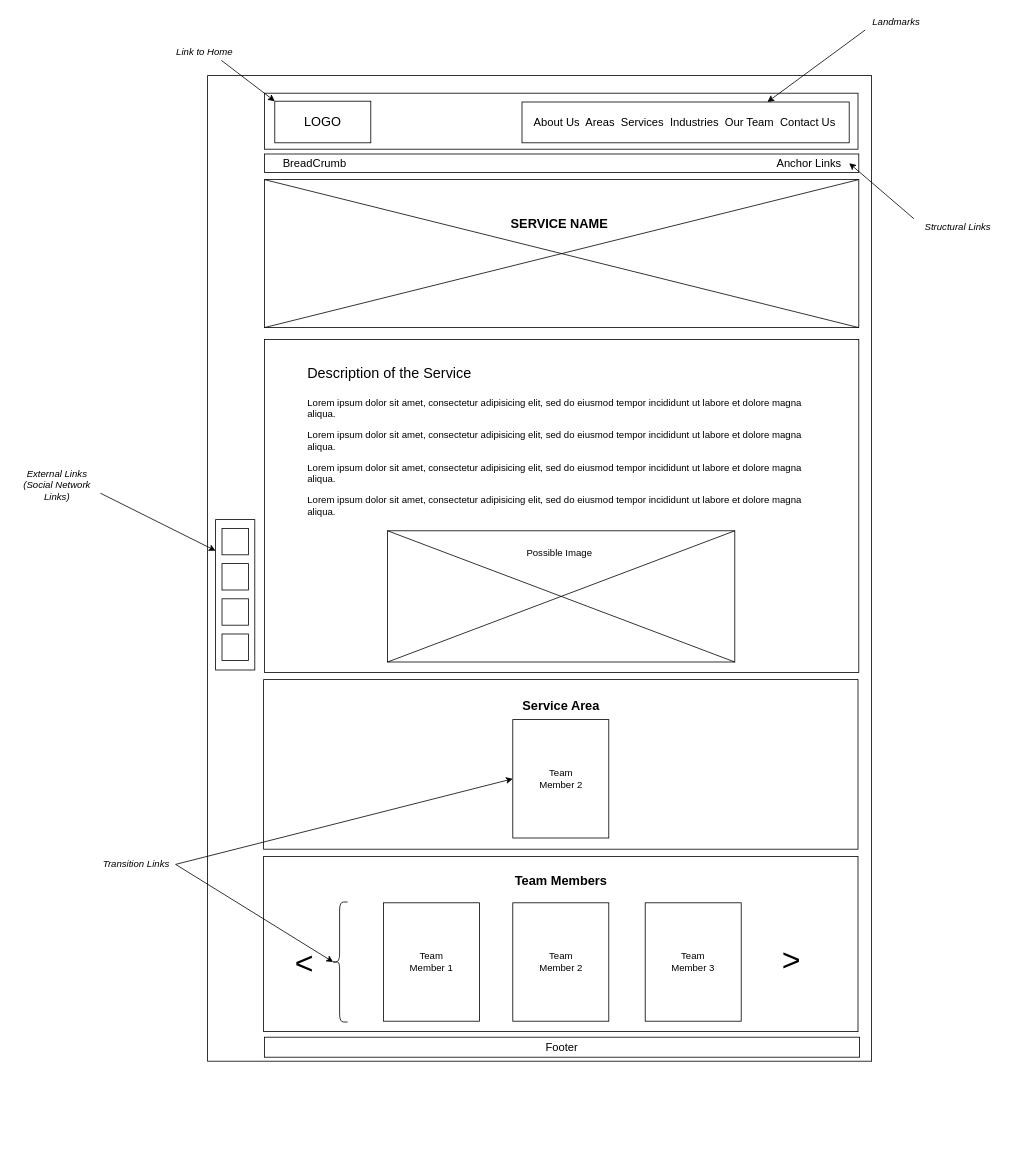
Above: Design Documents/Wireframes/Services.drawio in manzomanze/HypermediaApplicationsProject-Manzella-Messuti-Pelagatti-Pellizzer (draw.io), before the change. Source tidied: cells renumbered, new cells numbered last; positions are measured from the earlier drawing's top-left corner, leaving out a move shared by most shapes. Both pictures are drawn from the tidied source at 80%, with x=0, y=0 at pixel (14, 14).
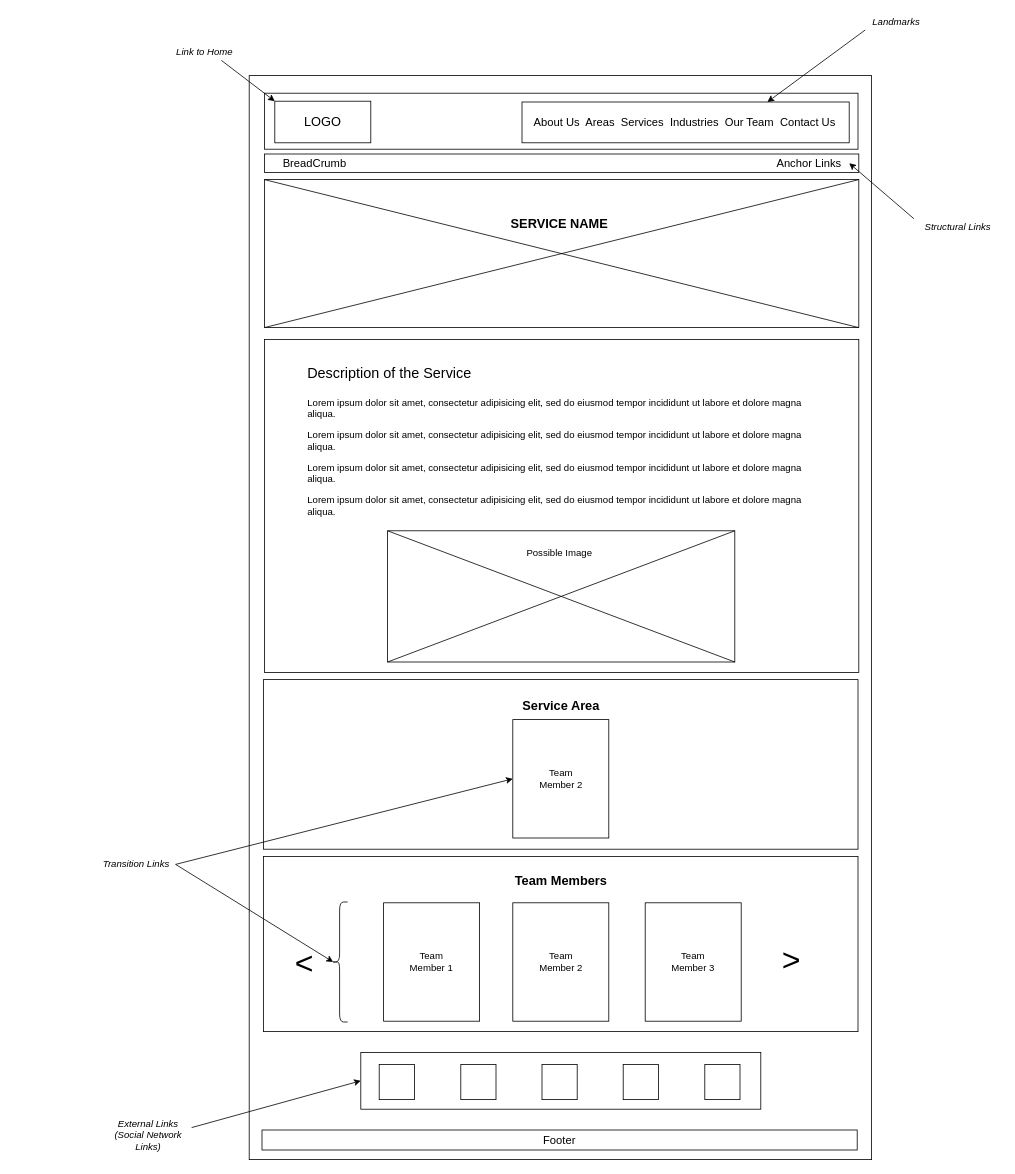
After the change.

Diff of the diagram source:
```diff
@@
     <mxCell id="2" style="rounded=0;whiteSpace=wrap;html=1;fillColor=none;" parent="1" vertex="1">
-      <mxGeometry x="242" y="77" width="830" height="1232" as="geometry" />
+      <mxGeometry x="294" y="77" width="778" height="1355" as="geometry" />
     </mxCell>
@@
     <mxCell id="33" value="&lt;font style=&quot;font-size: 14px&quot;&gt;Footer&lt;/font&gt;" style="rounded=0;whiteSpace=wrap;html=1;strokeColor=#000000;fillColor=none;" parent="1" vertex="1">
-      <mxGeometry x="313" y="1279" width="744" height="25" as="geometry" />
+      <mxGeometry x="310" y="1395" width="744" height="25" as="geometry" />
     </mxCell>
-    <mxCell id="34" style="rounded=0;whiteSpace=wrap;html=1;strokeColor=#000000;fillColor=none;" parent="1" vertex="1">
-      <mxGeometry x="252" y="632" width="49" height="188" as="geometry" />
-    </mxCell>
-    <mxCell id="35" style="whiteSpace=wrap;html=1;strokeColor=#000000;fillColor=none;" parent="1" vertex="1">
-      <mxGeometry x="260" y="643" width="33" height="33" as="geometry" />
-    </mxCell>
-    <mxCell id="36" style="whiteSpace=wrap;html=1;strokeColor=#000000;fillColor=none;" parent="1" vertex="1">
-      <mxGeometry x="260" y="687" width="33" height="33" as="geometry" />
-    </mxCell>
-    <mxCell id="37" style="whiteSpace=wrap;html=1;strokeColor=#000000;fillColor=none;" parent="1" vertex="1">
-      <mxGeometry x="260" y="731" width="33" height="33" as="geometry" />
-    </mxCell>
-    <mxCell id="38" style="whiteSpace=wrap;html=1;strokeColor=#000000;fillColor=none;" parent="1" vertex="1">
-      <mxGeometry x="260" y="775" width="33" height="33" as="geometry" />
-    </mxCell>
-    <mxCell id="39" value="&lt;i&gt;External Links (Social Network Links)&lt;/i&gt;" style="text;html=1;strokeColor=none;fillColor=none;align=center;verticalAlign=middle;whiteSpace=wrap;rounded=0;" parent="1" vertex="1">
-      <mxGeometry y="579" width="108" height="20" as="geometry" />
-    </mxCell>
-    <mxCell id="40" style="endArrow=classic;html=1;entryX=0;entryY=0.207;entryDx=0;entryDy=0;entryPerimeter=0;exitX=1;exitY=1;exitDx=0;exitDy=0;" parent="1" edge="1" source="39" target="34">
-      <mxGeometry relative="1" as="geometry" />
-    </mxCell>
@@
+    <mxCell id="39" value="&lt;i&gt;External Links (Social Network Links)&lt;/i&gt;" style="text;html=1;strokeColor=none;fillColor=none;align=center;verticalAlign=middle;whiteSpace=wrap;rounded=0;" parent="1" vertex="1">
+      <mxGeometry x="114" y="1392" width="108" height="20" as="geometry" />
+    </mxCell>
+    <mxCell id="54" style="whiteSpace=wrap;html=1;" parent="1" vertex="1">
+      <mxGeometry x="456.5" y="1313" width="44" height="44" as="geometry" />
+    </mxCell>
+    <mxCell id="55" style="whiteSpace=wrap;html=1;" parent="1" vertex="1">
+      <mxGeometry x="660" y="1313" width="44" height="44" as="geometry" />
+    </mxCell>
+    <mxCell id="56" style="whiteSpace=wrap;html=1;" parent="1" vertex="1">
+      <mxGeometry x="761.5" y="1313" width="44" height="44" as="geometry" />
+    </mxCell>
+    <mxCell id="57" style="whiteSpace=wrap;html=1;" parent="1" vertex="1">
+      <mxGeometry x="558.5" y="1313" width="44" height="44" as="geometry" />
+    </mxCell>
+    <mxCell id="58" style="whiteSpace=wrap;html=1;" parent="1" vertex="1">
+      <mxGeometry x="863.5" y="1313" width="44" height="44" as="geometry" />
+    </mxCell>
+    <mxCell id="59" style="rounded=0;whiteSpace=wrap;html=1;fillColor=none;" parent="1" vertex="1">
+      <mxGeometry x="433.5" y="1298" width="500" height="71" as="geometry" />
+    </mxCell>
+    <mxCell id="60" style="endArrow=classic;html=1;exitX=1;exitY=0;exitDx=0;exitDy=0;entryX=0;entryY=0.5;entryDx=0;entryDy=0;" parent="1" edge="1" source="39" target="59">
+      <mxGeometry relative="1" as="geometry" />
+    </mxCell>
```
